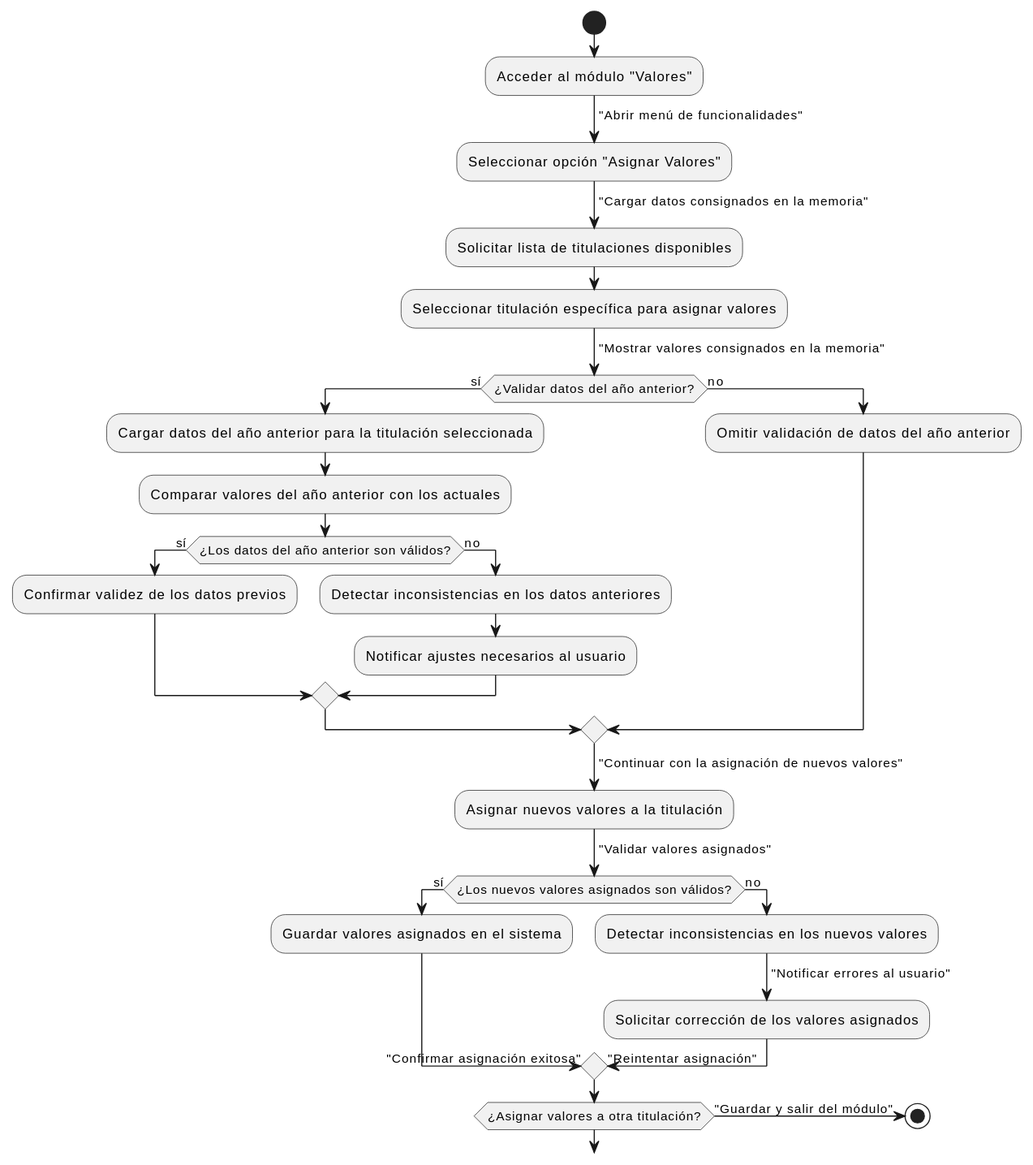
Earlier version of the PlantUML export images/modelosUML/CdU/DetallarCasosDeUso/TecnicoCalidad/AsignarValores.svg (mmasias/24-25-IdSw1-SDR).
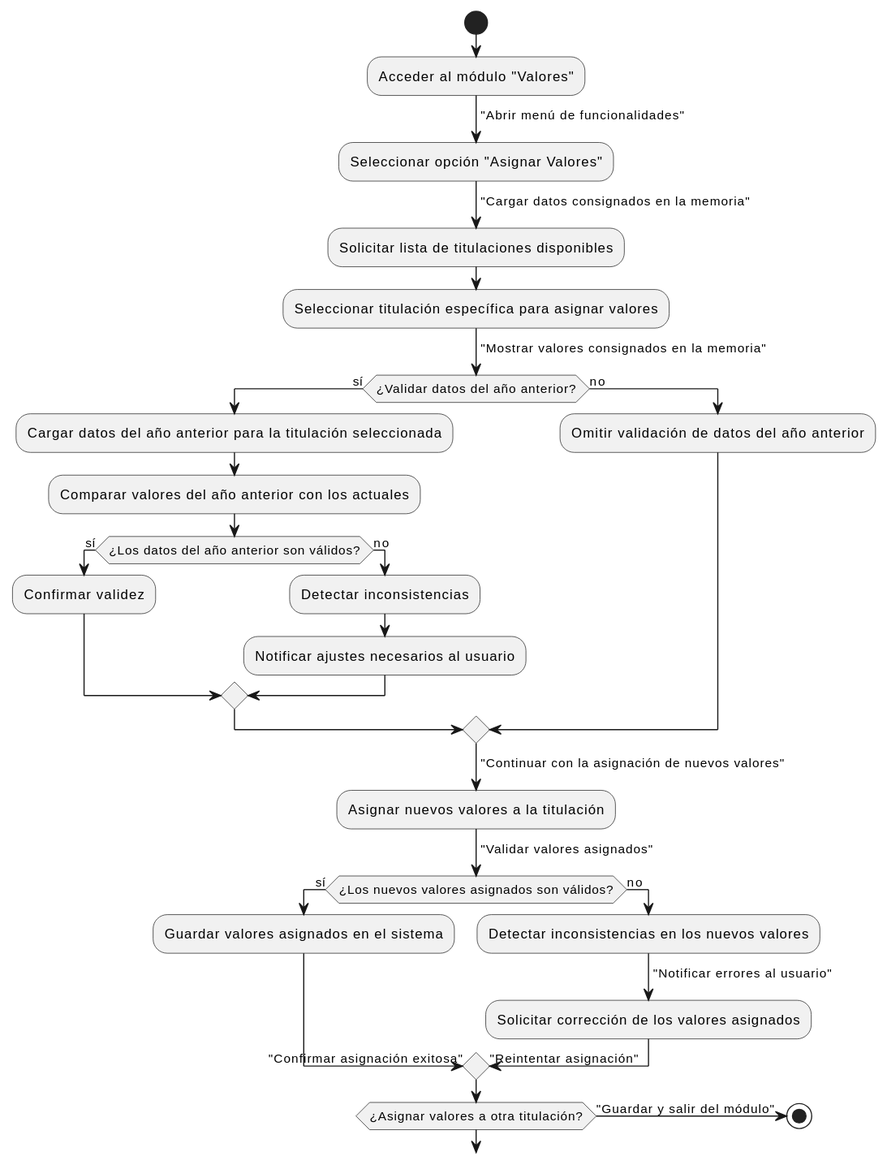
After the commit.

Change to the diagram source:
```diff
@@ -13,9 +13,9 @@
   :Cargar datos del año anterior para la titulación seleccionada;
   :Comparar valores del año anterior con los actuales;
   if (¿Los datos del año anterior son válidos?) then (sí)
-    :Confirmar validez de los datos previos;
+    :Confirmar validez;
   else (no)
-    :Detectar inconsistencias en los datos anteriores;
+    :Detectar inconsistencias;
     :Notificar ajustes necesarios al usuario;
   endif
 else (no)
```
